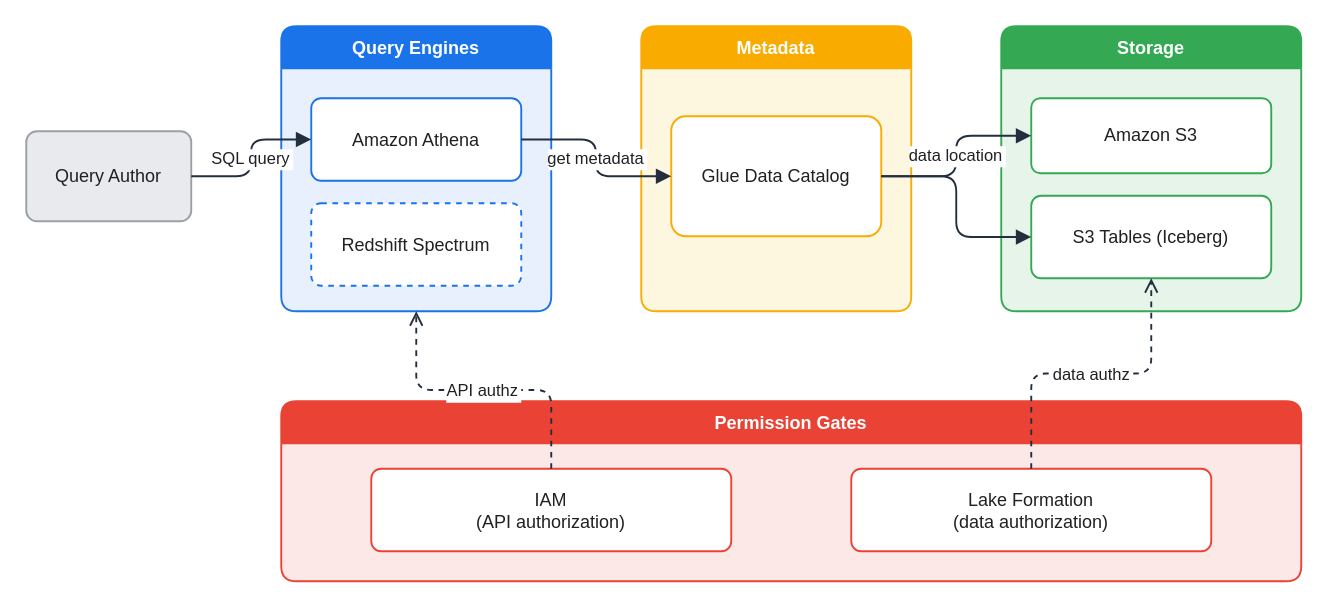
KKamJi98/kkamji98.github.io keeps this draw.io diagram as assets/img/aws/analytics-stack-04-overview.drawio. Above is the earlier version. Source tidied: cells renumbered, new cells numbered last; positions are measured from the earlier drawing's top-left corner, leaving out a move shared by most shapes. Both pictures are drawn from the tidied source at 150%, with x=0, y=0 at pixel (26, 26).
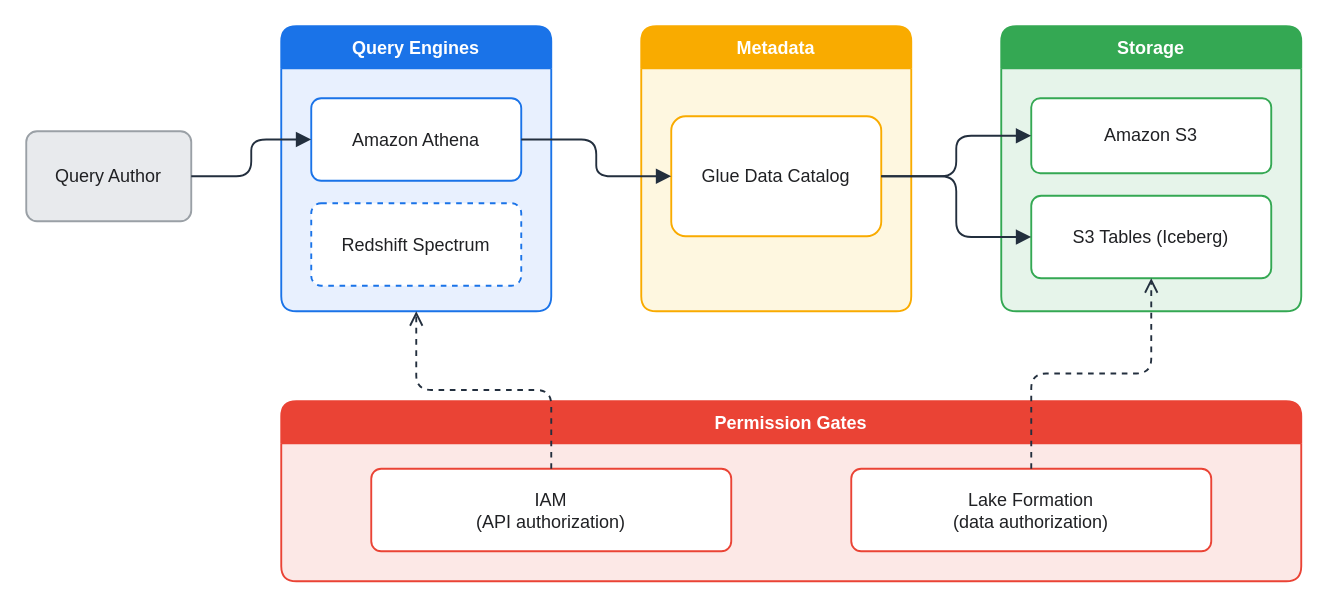
The same page after the edit.

The edit, as a diff of the source:
```diff
@@
 <mxGraphModel background="#FFFFFF">
   <root>
     <mxCell id="0" />
     <mxCell id="1" parent="0" />
     <mxCell id="2" value="Query Author" style="rounded=1;whiteSpace=wrap;html=0;arcSize=12;shadow=0;fillColor=#E8EAED;strokeColor=#9AA0A6;fontColor=#202124;strokeWidth=1.25;" parent="1" vertex="1">
       <mxGeometry y="70" width="110" height="60" as="geometry" />
     </mxCell>
     <mxCell id="3" value="Query Engines" style="swimlane;rounded=1;arcSize=12;html=0;fillColor=#1A73E8;fontColor=#FFFFFF;swimlaneFillColor=#E8F0FE;strokeColor=#1A73E8;startSize=28;shadow=0;fontStyle=1;strokeWidth=1.25;" parent="1" vertex="1">
       <mxGeometry x="170" width="180" height="190" as="geometry" />
     </mxCell>
     <mxCell id="4" value="Amazon Athena" style="rounded=1;whiteSpace=wrap;html=0;arcSize=12;fillColor=#FFFFFF;strokeColor=#1A73E8;fontColor=#202124;strokeWidth=1.25;" parent="3" vertex="1">
       <mxGeometry x="20" y="48" width="140" height="55" as="geometry" />
     </mxCell>
     <mxCell id="5" value="Redshift Spectrum" style="rounded=1;whiteSpace=wrap;html=0;arcSize=12;fillColor=#FFFFFF;strokeColor=#1A73E8;fontColor=#202124;dashed=1;strokeWidth=1.25;" parent="3" vertex="1">
       <mxGeometry x="20" y="118" width="140" height="55" as="geometry" />
     </mxCell>
     <mxCell id="6" value="Metadata" style="swimlane;rounded=1;arcSize=12;html=0;fillColor=#F9AB00;fontColor=#FFFFFF;swimlaneFillColor=#FEF7E0;strokeColor=#F9AB00;startSize=28;shadow=0;fontStyle=1;strokeWidth=1.25;" parent="1" vertex="1">
       <mxGeometry x="410" width="180" height="190" as="geometry" />
     </mxCell>
     <mxCell id="7" value="Glue Data Catalog" style="rounded=1;whiteSpace=wrap;html=0;arcSize=12;fillColor=#FFFFFF;strokeColor=#F9AB00;fontColor=#202124;strokeWidth=1.25;" parent="6" vertex="1">
       <mxGeometry x="20" y="60" width="140" height="80" as="geometry" />
     </mxCell>
     <mxCell id="8" value="Storage" style="swimlane;rounded=1;arcSize=12;html=0;fillColor=#34A853;fontColor=#FFFFFF;swimlaneFillColor=#E6F4EA;strokeColor=#34A853;startSize=28;shadow=0;fontStyle=1;strokeWidth=1.25;" parent="1" vertex="1">
       <mxGeometry x="650" width="200" height="190" as="geometry" />
     </mxCell>
     <mxCell id="9" value="Amazon S3" style="rounded=1;whiteSpace=wrap;html=0;arcSize=12;fillColor=#FFFFFF;strokeColor=#34A853;fontColor=#202124;strokeWidth=1.25;" parent="8" vertex="1">
       <mxGeometry x="20" y="48" width="160" height="50" as="geometry" />
     </mxCell>
     <mxCell id="10" value="S3 Tables (Iceberg)" style="rounded=1;whiteSpace=wrap;html=0;arcSize=12;fillColor=#FFFFFF;strokeColor=#34A853;fontColor=#202124;strokeWidth=1.25;" parent="8" vertex="1">
       <mxGeometry x="20" y="113" width="160" height="55" as="geometry" />
     </mxCell>
     <mxCell id="11" value="Permission Gates" style="swimlane;rounded=1;arcSize=12;html=0;fillColor=#EA4335;fontColor=#FFFFFF;swimlaneFillColor=#FCE8E6;strokeColor=#EA4335;startSize=28;shadow=0;fontStyle=1;strokeWidth=1.25;" parent="1" vertex="1">
       <mxGeometry x="170" y="250" width="680" height="120" as="geometry" />
     </mxCell>
     <mxCell id="12" value="IAM&#10;(API authorization)" style="rounded=1;whiteSpace=wrap;html=0;arcSize=12;fillColor=#FFFFFF;strokeColor=#EA4335;fontColor=#202124;strokeWidth=1.25;" parent="11" vertex="1">
       <mxGeometry x="60" y="45" width="240" height="55" as="geometry" />
     </mxCell>
     <mxCell id="13" value="Lake Formation&#10;(data authorization)" style="rounded=1;whiteSpace=wrap;html=0;arcSize=12;fillColor=#FFFFFF;strokeColor=#EA4335;fontColor=#202124;strokeWidth=1.25;" parent="11" vertex="1">
       <mxGeometry x="380" y="45" width="240" height="55" as="geometry" />
     </mxCell>
-    <mxCell id="14" value="SQL query" style="edgeStyle=orthogonalEdgeStyle;rounded=1;html=0;fontColor=#202124;strokeColor=#232F3E;labelBackgroundColor=#FFFFFF;endArrow=block;strokeWidth=1.25;endSize=7;" parent="1" edge="1" source="2" target="4">
+    <mxCell id="14" style="edgeStyle=orthogonalEdgeStyle;rounded=1;html=0;fontColor=#202124;strokeColor=#232F3E;labelBackgroundColor=none;endArrow=block;strokeWidth=1.25;endSize=7;" parent="1" edge="1" source="2" target="4">
       <mxGeometry relative="1" as="geometry" />
     </mxCell>
-    <mxCell id="15" value="get metadata" style="edgeStyle=orthogonalEdgeStyle;rounded=1;html=0;fontColor=#202124;strokeColor=#232F3E;labelBackgroundColor=#FFFFFF;endArrow=block;strokeWidth=1.25;endSize=7;" parent="1" edge="1" source="4" target="7">
+    <mxCell id="15" style="edgeStyle=orthogonalEdgeStyle;rounded=1;html=0;fontColor=#202124;strokeColor=#232F3E;labelBackgroundColor=none;endArrow=block;strokeWidth=1.25;endSize=7;" parent="1" edge="1" source="4" target="7">
       <mxGeometry relative="1" as="geometry" />
     </mxCell>
-    <mxCell id="16" value="data location" style="edgeStyle=orthogonalEdgeStyle;rounded=1;html=0;fontColor=#202124;strokeColor=#232F3E;labelBackgroundColor=#FFFFFF;endArrow=block;strokeWidth=1.25;endSize=7;" parent="1" edge="1" source="7" target="9">
+    <mxCell id="16" style="edgeStyle=orthogonalEdgeStyle;rounded=1;html=0;fontColor=#202124;strokeColor=#232F3E;labelBackgroundColor=none;endArrow=block;strokeWidth=1.25;endSize=7;" parent="1" edge="1" source="7" target="9">
       <mxGeometry relative="1" as="geometry" />
     </mxCell>
     <mxCell id="17" style="edgeStyle=orthogonalEdgeStyle;rounded=1;html=0;fontColor=#202124;strokeColor=#232F3E;endArrow=block;strokeWidth=1.25;endSize=7;" parent="1" edge="1" source="7" target="10">
       <mxGeometry relative="1" as="geometry" />
     </mxCell>
-    <mxCell id="18" value="API authz" style="edgeStyle=orthogonalEdgeStyle;rounded=1;html=0;dashed=1;fontColor=#202124;strokeColor=#232F3E;labelBackgroundColor=#FFFFFF;endArrow=open;strokeWidth=1.25;endSize=7;" parent="1" edge="1" source="12" target="3">
+    <mxCell id="18" style="edgeStyle=orthogonalEdgeStyle;rounded=1;html=0;dashed=1;fontColor=#202124;strokeColor=#232F3E;labelBackgroundColor=none;endArrow=open;strokeWidth=1.25;endSize=7;" parent="1" edge="1" source="12" target="3">
       <mxGeometry relative="1" as="geometry" />
     </mxCell>
-    <mxCell id="19" value="data authz" style="edgeStyle=orthogonalEdgeStyle;rounded=1;html=0;dashed=1;fontColor=#202124;strokeColor=#232F3E;labelBackgroundColor=#FFFFFF;endArrow=open;strokeWidth=1.25;endSize=7;" parent="1" edge="1" source="13" target="10">
+    <mxCell id="19" style="edgeStyle=orthogonalEdgeStyle;rounded=1;html=0;dashed=1;fontColor=#202124;strokeColor=#232F3E;labelBackgroundColor=none;endArrow=open;strokeWidth=1.25;endSize=7;" parent="1" edge="1" source="13" target="10">
       <mxGeometry relative="1" as="geometry" />
     </mxCell>
   </root>
 </mxGraphModel>
```
